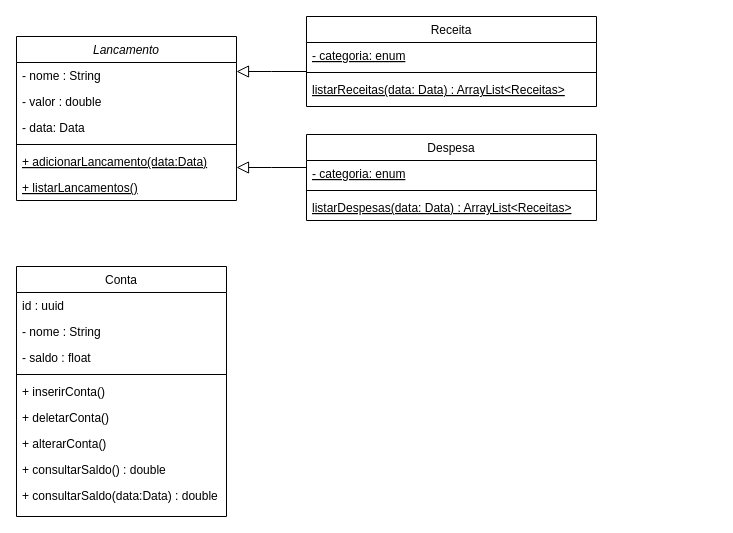
Before: DinDin.drawio in iaraoliveira/dindin, a draw.io diagram. Source tidied: cells renumbered, new cells numbered last; positions are measured from the earlier drawing's top-left corner, leaving out a move shared by most shapes. Both pictures are drawn from the tidied source at 100%, with x=0, y=0 at pixel (16, 16).
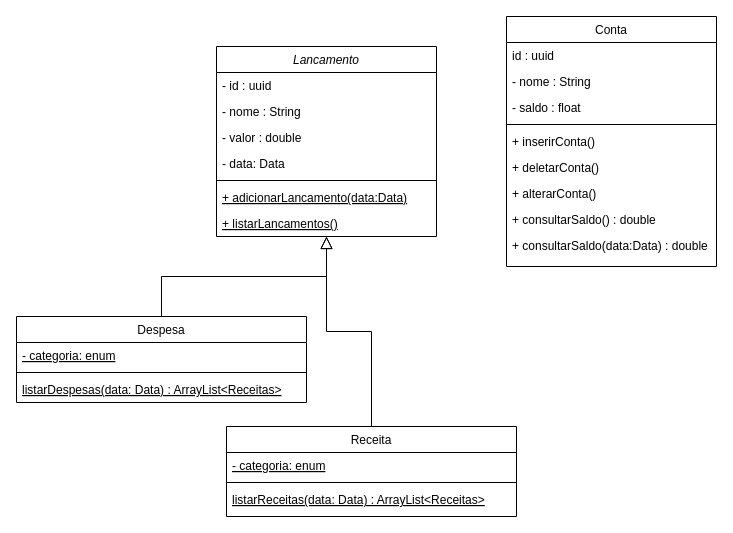
The same page after the edit.

Commit message:
:sparkles: apenas trocando as coisas de lugar

The edit, as a diff of the source:
```diff
@@
     <mxCell id="2" value="Lancamento" style="swimlane;fontStyle=2;align=center;verticalAlign=top;horizontal=1;startSize=26;rounded=0;shadow=0;strokeWidth=1;" parent="1" vertex="1">
-      <mxGeometry y="20" width="220" height="164" as="geometry" />
+      <mxGeometry x="200" y="30" width="220" height="190" as="geometry" />
     </mxCell>
+    <mxCell id="29" value="- id : uuid" style="text;align=left;verticalAlign=top;spacingLeft=4;spacingRight=4;overflow=hidden;" parent="2" vertex="1">
+      <mxGeometry y="26" width="220" height="26" as="geometry" />
+    </mxCell>
     <mxCell id="3" value="- nome : String" style="text;align=left;verticalAlign=top;spacingLeft=4;spacingRight=4;overflow=hidden;" parent="2" vertex="1">
-      <mxGeometry y="26" width="220" height="26" as="geometry" />
+      <mxGeometry y="52" width="220" height="26" as="geometry" />
     </mxCell>
     <mxCell id="4" value="- valor : double" style="text;align=left;verticalAlign=top;spacingLeft=4;spacingRight=4;overflow=hidden;rounded=0;shadow=0;html=0;" parent="2" vertex="1">
-      <mxGeometry y="52" width="220" height="26" as="geometry" />
+      <mxGeometry y="78" width="220" height="26" as="geometry" />
     </mxCell>
     <mxCell id="5" value="- data: Data" style="text;align=left;verticalAlign=top;spacingLeft=4;spacingRight=4;overflow=hidden;rounded=0;shadow=0;html=0;" parent="2" vertex="1">
-      <mxGeometry y="78" width="220" height="26" as="geometry" />
+      <mxGeometry y="104" width="220" height="26" as="geometry" />
     </mxCell>
     <mxCell id="6" style="line;html=1;strokeWidth=1;align=left;verticalAlign=middle;spacingTop=-1;spacingLeft=3;spacingRight=3;labelPosition=right;" parent="2" vertex="1">
-      <mxGeometry y="104" width="220" height="8" as="geometry" />
+      <mxGeometry y="130" width="220" height="8" as="geometry" />
     </mxCell>
     <mxCell id="7" value="+ adicionarLancamento(data:Data)" style="text;align=left;verticalAlign=top;spacingLeft=4;spacingRight=4;overflow=hidden;fontStyle=4;" parent="2" vertex="1">
-      <mxGeometry y="112" width="220" height="26" as="geometry" />
+      <mxGeometry y="138" width="220" height="26" as="geometry" />
     </mxCell>
     <mxCell id="8" value="+ listarLancamentos()" style="text;align=left;verticalAlign=top;spacingLeft=4;spacingRight=4;overflow=hidden;fontStyle=4;" parent="2" vertex="1">
-      <mxGeometry y="138" width="220" height="26" as="geometry" />
+      <mxGeometry y="164" width="220" height="26" as="geometry" />
     </mxCell>
     <mxCell id="9" value="Receita" style="swimlane;fontStyle=0;align=center;verticalAlign=top;horizontal=1;startSize=26;rounded=0;shadow=0;strokeWidth=1;" parent="1" vertex="1">
-      <mxGeometry x="290" width="290" height="90" as="geometry" />
+      <mxGeometry x="210" y="410" width="290" height="90" as="geometry" />
     </mxCell>
@@
     <mxCell id="14" value="Despesa" style="swimlane;fontStyle=0;align=center;verticalAlign=top;horizontal=1;startSize=26;rounded=0;shadow=0;strokeWidth=1;" parent="1" vertex="1">
-      <mxGeometry x="290" y="118" width="290" height="86" as="geometry" />
+      <mxGeometry y="300" width="290" height="86" as="geometry" />
     </mxCell>
@@
     <mxCell id="19" value="Conta" style="swimlane;fontStyle=0;align=center;verticalAlign=top;horizontal=1;startSize=26;rounded=0;shadow=0;strokeWidth=1;" parent="1" vertex="1">
-      <mxGeometry y="250" width="210" height="250" as="geometry" />
+      <mxGeometry x="490" width="210" height="250" as="geometry" />
     </mxCell>
```
